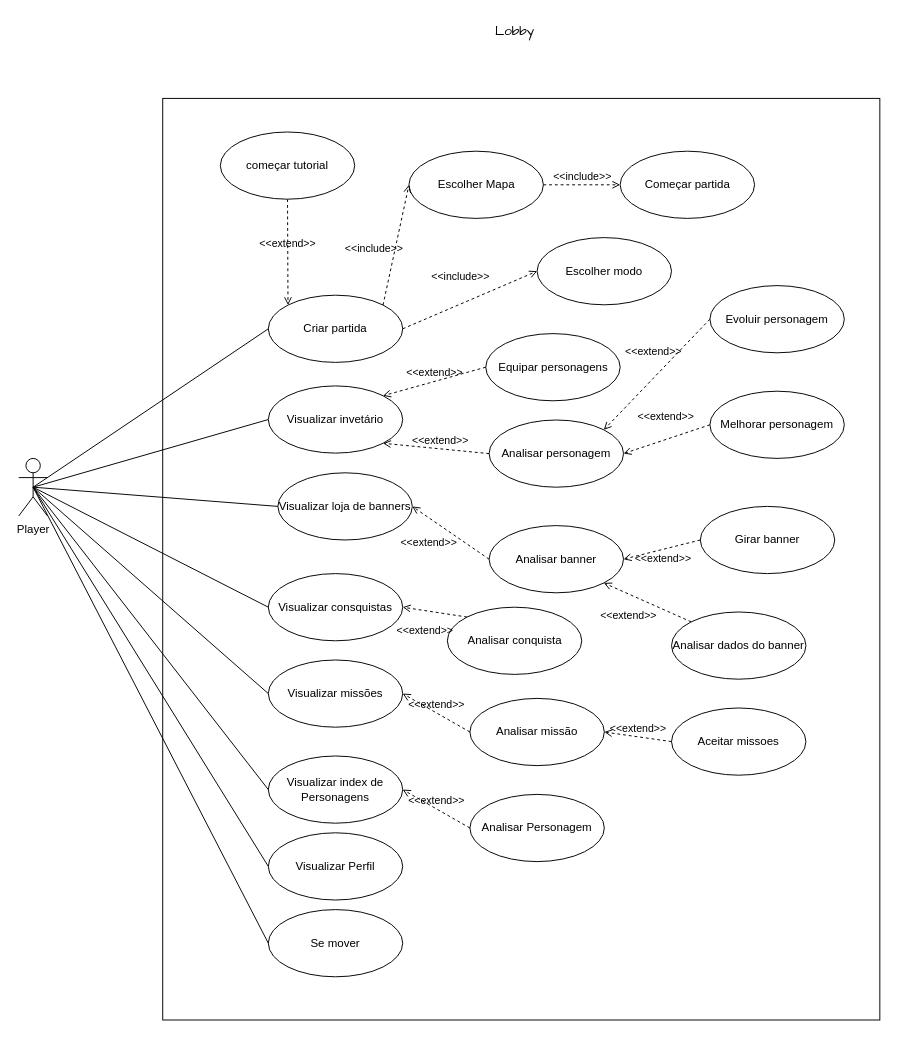
Before: Lobby -- Diagrama Casos de Uso.drawio in DEV-0ne-Jao/Projeto-Integrador, a draw.io diagram. Source tidied: cells renumbered, new cells numbered last; positions are measured from the earlier drawing's top-left corner, leaving out a move shared by most shapes. Both pictures are drawn from the tidied source at 96%, with x=0, y=0 at pixel (18, 16).
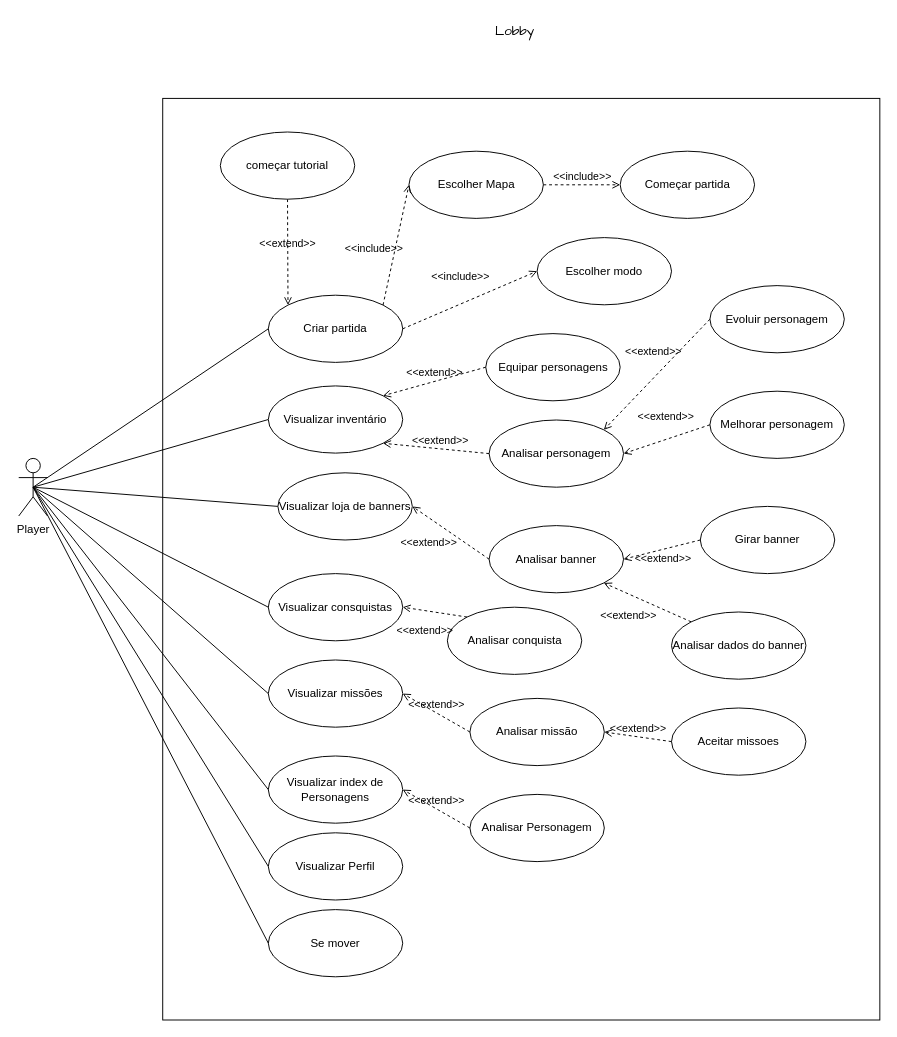
Above is the later version.

Change to the diagram source:
```diff
@@
-    <mxCell id="18" value="Visualizar invetário" style="ellipse;whiteSpace=wrap;html=1;" parent="1" vertex="1">
+    <mxCell id="18" value="Visualizar inven&lt;span style=&quot;background-color: transparent; color: light-dark(rgb(0, 0, 0), rgb(255, 255, 255));&quot;&gt;tário&lt;/span&gt;" style="ellipse;whiteSpace=wrap;html=1;" parent="1" vertex="1">
       <mxGeometry x="260" y="384.5" width="140" height="70" as="geometry" />
     </mxCell>
```
